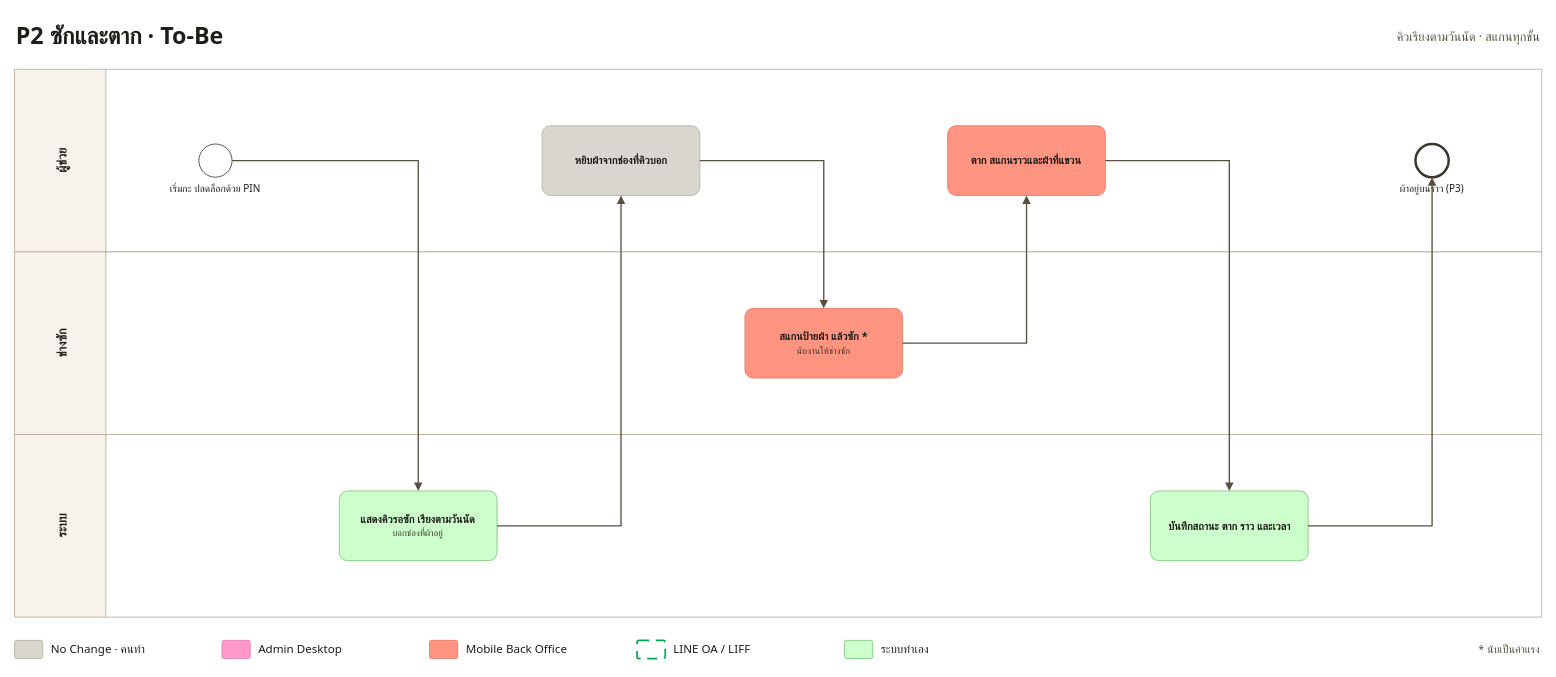
Above: page "P2 ซักและตาก · To-Be" (6 of 16) of docs/proposal/process-bpmn.drawio in peeranat45/sriborisud-laundry (draw.io), before the change. Source tidied: cells renumbered, new cells numbered last; positions are measured from the earlier drawing's top-left corner, leaving out a move shared by most shapes. Both pictures are drawn from the tidied source at 83%, with x=0, y=0 at pixel (14, 14).
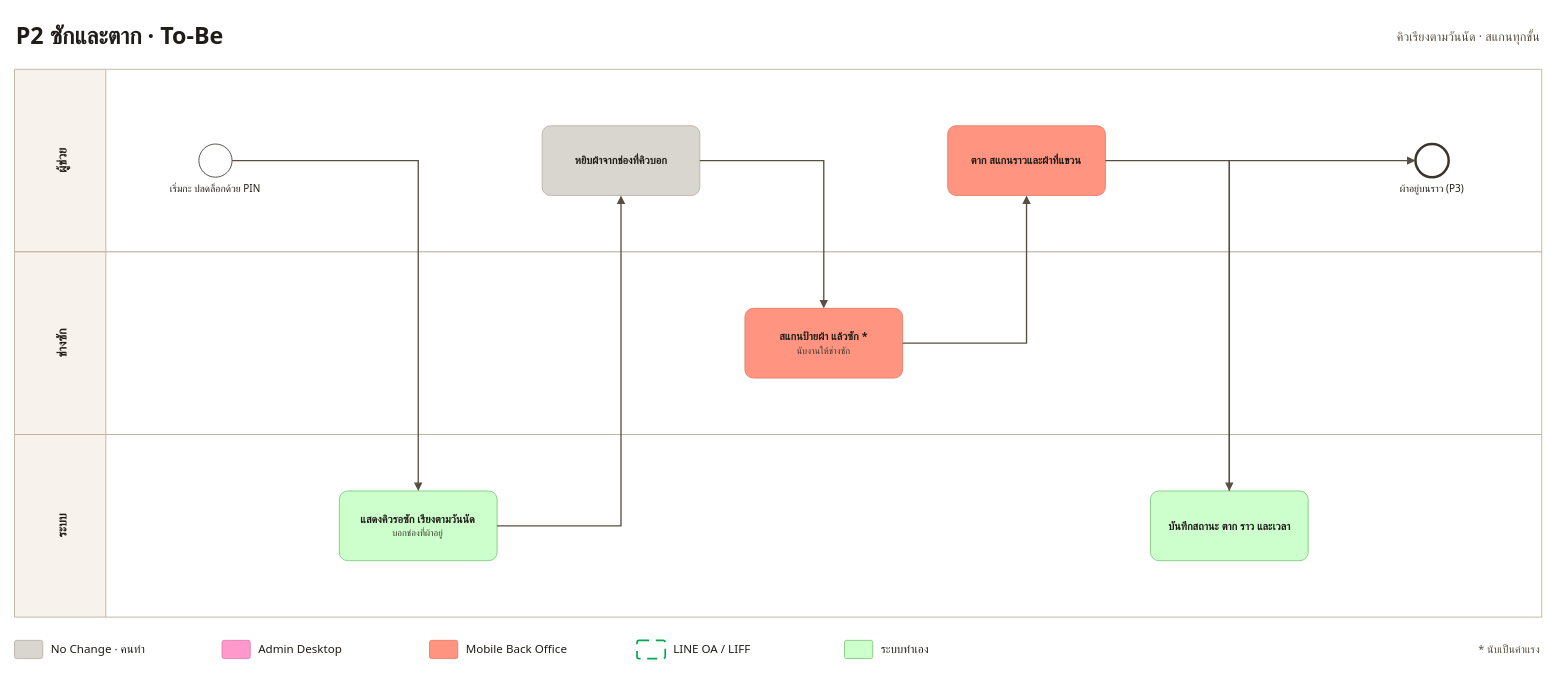
The same diagram, later.

The change refers to these unchanged cells:
```xml
<mxCell id="12" value="&lt;b&gt;บันทึกสถานะ ตาก ราว และเวลา&lt;/b&gt;" style="fontFamily=Tahoma;html=1;whiteSpace=wrap;rounded=1;arcSize=12;fontSize=13;verticalAlign=middle;spacing=4;fontColor=light-dark(#201D18,#201D18);fillColor=light-dark(#CCFFCC,#CCFFCC);strokeColor=light-dark(#7BC67B,#7BC67B);" parent="1" vertex="1">
  <mxGeometry x="1368.6" y="574" width="190" height="84" as="geometry" />
</mxCell>
<mxCell id="13" value="ผ้าอยู่บนราว (P3)" style="fontFamily=Tahoma;html=1;whiteSpace=wrap;shape=mxgraph.bpmn.event;outline=end;symbol=general;verticalLabelPosition=bottom;verticalAlign=top;align=center;fontSize=12;labelWidth=150;fillColor=light-dark(#FFFFFF,#FFFFFF);strokeColor=light-dark(#3A342B,#3A342B);fontColor=light-dark(#201D18,#201D18);" parent="1" vertex="1">
  <mxGeometry x="1687.9" y="156" width="40" height="40" as="geometry" />
</mxCell>
```

The edit, as a diff of the source:
```diff
@@
-    <mxCell id="19" style="fontFamily=Tahoma;html=1;whiteSpace=nowrap;edgeStyle=orthogonalEdgeStyle;rounded=0;endArrow=block;endFill=1;strokeColor=light-dark(#584F41,#584F41);strokeWidth=1.6;fontSize=12;fontColor=light-dark(#201D18,#201D18);labelBackgroundColor=light-dark(#FFFFFF,#FFFFFF);exitX=1;exitY=0.5;exitDx=0;exitDy=0;entryX=0.5;entryY=1;entryDx=0;entryDy=0;" parent="1" edge="1" source="12" target="13">
+    <mxCell id="19" style="fontFamily=Tahoma;html=1;whiteSpace=nowrap;edgeStyle=orthogonalEdgeStyle;rounded=0;endArrow=block;endFill=1;strokeColor=light-dark(#584F41,#584F41);strokeWidth=1.6;fontSize=12;fontColor=light-dark(#201D18,#201D18);labelBackgroundColor=light-dark(#FFFFFF,#FFFFFF);exitX=0.5;exitY=0;exitDx=0;exitDy=0;entryX=0;entryY=0.5;entryDx=0;entryDy=0;" parent="1" edge="1" source="12" target="13">
       <mxGeometry relative="1" as="geometry" />
     </mxCell>
```
